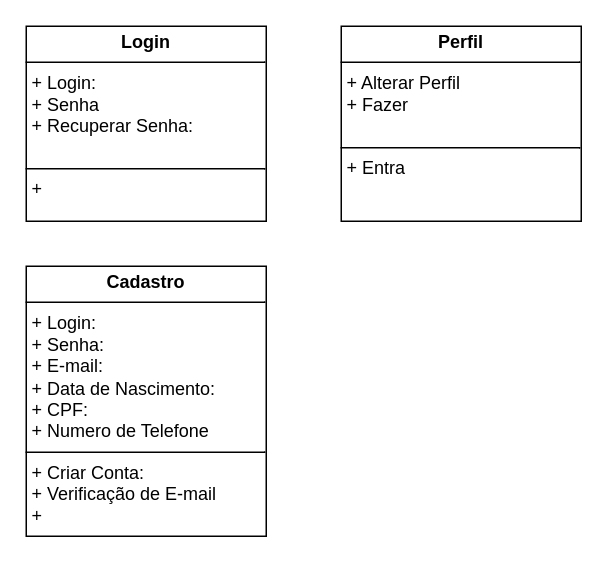
Above: page "Página-2" (2 of 2) of Sistema de Cadastro.drawio in LordKz/DiagramasDeRequisitos (draw.io), before the change. Source tidied: cells renumbered, new cells numbered last; positions are measured from the earlier drawing's top-left corner, leaving out a move shared by most shapes. Both pictures are drawn from the tidied source at 150%, with x=0, y=0 at pixel (26, 26).
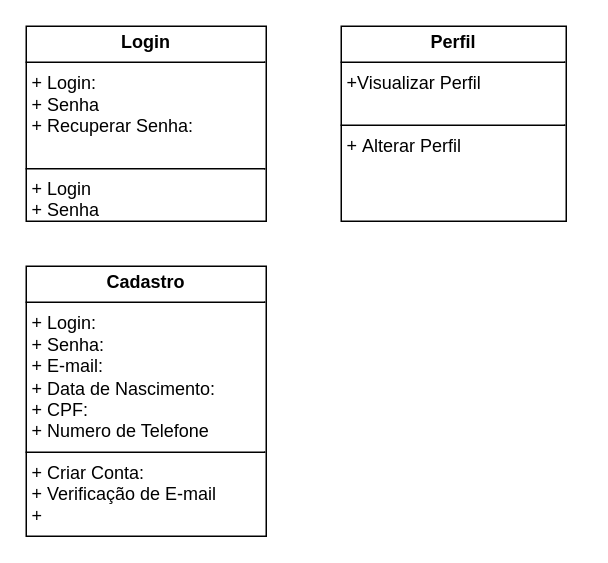
The same diagram, later.

What changed in the source:
```diff
@@
 <mxGraphModel>
   <root>
     <mxCell id="0" />
     <mxCell id="1" parent="0" />
-    <mxCell id="2" value="&lt;p style=&quot;margin:0px;margin-top:4px;text-align:center;&quot;&gt;&lt;b&gt;Login&lt;/b&gt;&lt;/p&gt;&lt;hr size=&quot;1&quot; style=&quot;border-style:solid;&quot;&gt;&lt;p style=&quot;margin:0px;margin-left:4px;&quot;&gt;+ Login:&lt;/p&gt;&lt;p style=&quot;margin:0px;margin-left:4px;&quot;&gt;+ Senha&lt;/p&gt;&lt;p style=&quot;margin:0px;margin-left:4px;&quot;&gt;+ Recuperar Senha:&lt;/p&gt;&lt;p style=&quot;margin:0px;margin-left:4px;&quot;&gt;&lt;br&gt;&lt;/p&gt;&lt;hr size=&quot;1&quot; style=&quot;border-style:solid;&quot;&gt;&lt;p style=&quot;margin:0px;margin-left:4px;&quot;&gt;+&amp;nbsp;&lt;/p&gt;" style="verticalAlign=top;align=left;overflow=fill;html=1;whiteSpace=wrap;" parent="1" vertex="1">
+    <mxCell id="2" value="&lt;p style=&quot;margin:0px;margin-top:4px;text-align:center;&quot;&gt;&lt;b&gt;Login&lt;/b&gt;&lt;/p&gt;&lt;hr size=&quot;1&quot; style=&quot;border-style:solid;&quot;&gt;&lt;p style=&quot;margin:0px;margin-left:4px;&quot;&gt;+ Login:&lt;/p&gt;&lt;p style=&quot;margin:0px;margin-left:4px;&quot;&gt;+ Senha&lt;/p&gt;&lt;p style=&quot;margin:0px;margin-left:4px;&quot;&gt;+ Recuperar Senha:&lt;/p&gt;&lt;p style=&quot;margin:0px;margin-left:4px;&quot;&gt;&lt;br&gt;&lt;/p&gt;&lt;hr size=&quot;1&quot; style=&quot;border-style:solid;&quot;&gt;&lt;p style=&quot;margin:0px;margin-left:4px;&quot;&gt;+ Login&lt;/p&gt;&lt;p style=&quot;margin:0px;margin-left:4px;&quot;&gt;+ Senha&lt;/p&gt;" style="verticalAlign=top;align=left;overflow=fill;html=1;whiteSpace=wrap;" parent="1" vertex="1">
       <mxGeometry width="160" height="130" as="geometry" />
     </mxCell>
     <mxCell id="3" value="&lt;p style=&quot;margin:0px;margin-top:4px;text-align:center;&quot;&gt;&lt;b&gt;Cadastro&lt;/b&gt;&lt;/p&gt;&lt;hr size=&quot;1&quot; style=&quot;border-style:solid;&quot;&gt;&lt;p style=&quot;margin:0px;margin-left:4px;&quot;&gt;+ Login:&lt;/p&gt;&lt;p style=&quot;margin:0px;margin-left:4px;&quot;&gt;+ Senha:&lt;/p&gt;&lt;p style=&quot;margin:0px;margin-left:4px;&quot;&gt;+ E-mail:&lt;/p&gt;&lt;p style=&quot;margin:0px;margin-left:4px;&quot;&gt;+ Data de Nascimento:&lt;/p&gt;&lt;p style=&quot;margin:0px;margin-left:4px;&quot;&gt;+ CPF:&lt;/p&gt;&lt;p style=&quot;margin:0px;margin-left:4px;&quot;&gt;+ Numero de Telefone&lt;/p&gt;&lt;hr size=&quot;1&quot; style=&quot;border-style:solid;&quot;&gt;&lt;p style=&quot;margin:0px;margin-left:4px;&quot;&gt;+ Criar Conta:&lt;/p&gt;&lt;p style=&quot;margin:0px;margin-left:4px;&quot;&gt;+ Verificação de E-mail&lt;/p&gt;&lt;p style=&quot;margin:0px;margin-left:4px;&quot;&gt;+&amp;nbsp;&lt;/p&gt;" style="verticalAlign=top;align=left;overflow=fill;html=1;whiteSpace=wrap;" parent="1" vertex="1">
       <mxGeometry y="160" width="160" height="180" as="geometry" />
     </mxCell>
-    <mxCell id="4" value="&lt;p style=&quot;margin:0px;margin-top:4px;text-align:center;&quot;&gt;&lt;b&gt;Perfil&lt;/b&gt;&lt;/p&gt;&lt;hr size=&quot;1&quot; style=&quot;border-style:solid;&quot;&gt;&lt;p style=&quot;margin:0px;margin-left:4px;&quot;&gt;+ Alterar Perfil&lt;/p&gt;&lt;p style=&quot;margin:0px;margin-left:4px;&quot;&gt;+ Fazer&lt;/p&gt;&lt;p style=&quot;margin:0px;margin-left:4px;&quot;&gt;&lt;br&gt;&lt;/p&gt;&lt;hr size=&quot;1&quot; style=&quot;border-style:solid;&quot;&gt;&lt;p style=&quot;margin:0px;margin-left:4px;&quot;&gt;+ Entra&lt;/p&gt;" style="verticalAlign=top;align=left;overflow=fill;html=1;whiteSpace=wrap;" parent="1" vertex="1">
-      <mxGeometry x="210" width="160" height="130" as="geometry" />
+    <mxCell id="4" value="&lt;p style=&quot;margin:0px;margin-top:4px;text-align:center;&quot;&gt;&lt;b&gt;Perfil&lt;/b&gt;&lt;/p&gt;&lt;hr size=&quot;1&quot; style=&quot;border-style:solid;&quot;&gt;&lt;p style=&quot;margin:0px;margin-left:4px;&quot;&gt;+Visualizar Perfil&lt;/p&gt;&lt;p style=&quot;margin:0px;margin-left:4px;&quot;&gt;&lt;br&gt;&lt;/p&gt;&lt;hr size=&quot;1&quot; style=&quot;border-style:solid;&quot;&gt;&lt;p style=&quot;margin:0px;margin-left:4px;&quot;&gt;+&amp;nbsp;&lt;span style=&quot;background-color: transparent; color: light-dark(rgb(0, 0, 0), rgb(255, 255, 255));&quot;&gt;Alterar Perfil&lt;/span&gt;&lt;/p&gt;&lt;div&gt;&lt;span style=&quot;background-color: transparent; color: light-dark(rgb(0, 0, 0), rgb(255, 255, 255));&quot;&gt;&lt;br&gt;&lt;/span&gt;&lt;/div&gt;" style="verticalAlign=top;align=left;overflow=fill;html=1;whiteSpace=wrap;" parent="1" vertex="1">
+      <mxGeometry x="210" width="150" height="130" as="geometry" />
     </mxCell>
   </root>
 </mxGraphModel>
```
